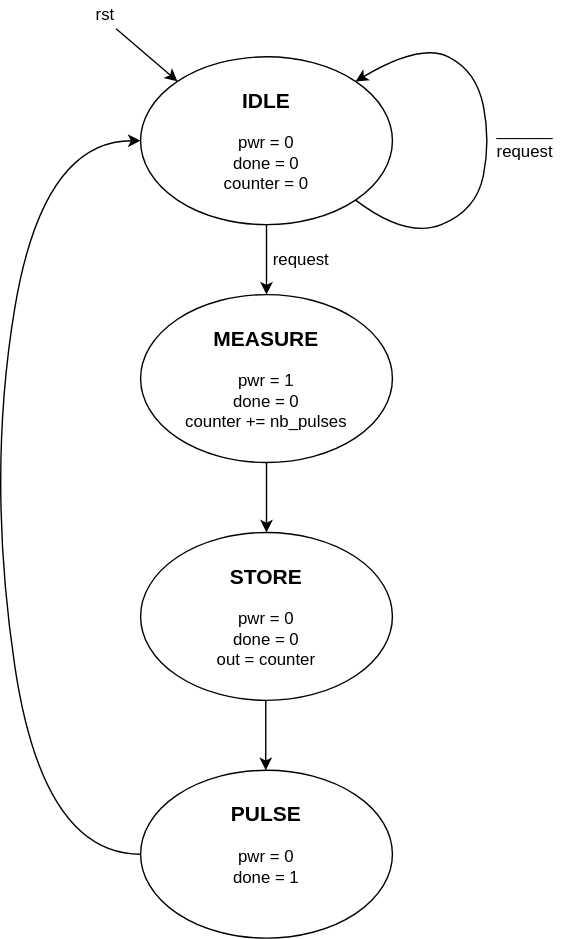
The draw.io diagram rtl/AIC_FSM.svg in analogicus/lelo_gr01_sky130a, before a commit. Source tidied: cells renumbered, new cells last; positions are measured from the earlier drawing's top-left corner, leaving out a move shared by most shapes.
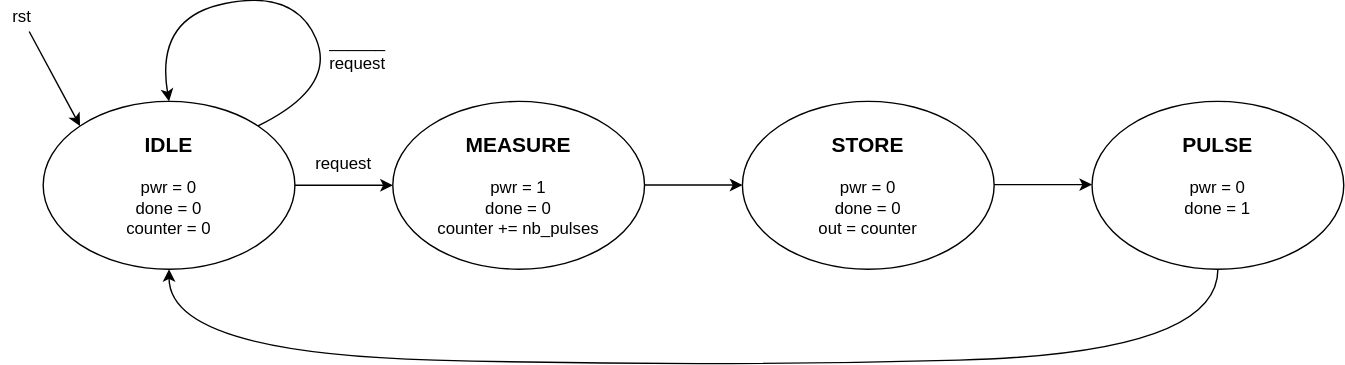
Later version of the same file.

The edit, as a diff of the source:
```diff
@@ -3,67 +3,68 @@
     <mxCell id="0" />
     <mxCell id="1" parent="0" />
     <mxCell id="2" value="&lt;div&gt;&lt;b&gt;&lt;font style=&quot;font-size: 15px;&quot;&gt;IDLE&lt;/font&gt;&lt;/b&gt;&lt;/div&gt;&lt;div&gt;&lt;br&gt;&lt;/div&gt;&lt;div&gt;pwr = 0&lt;/div&gt;&lt;div&gt;done = 0&lt;/div&gt;&lt;div&gt;counter = 0&lt;/div&gt;" style="ellipse;whiteSpace=wrap;html=1;" parent="1" vertex="1">
-      <mxGeometry x="110" y="40" width="180" height="120" as="geometry" />
+      <mxGeometry x="-150" y="80" width="180" height="120" as="geometry" />
     </mxCell>
     <mxCell id="3" value="&lt;div&gt;&lt;b&gt;&lt;font style=&quot;font-size: 15px;&quot;&gt;MEASURE&lt;/font&gt;&lt;/b&gt;&lt;/div&gt;&lt;div&gt;&lt;br&gt;&lt;/div&gt;&lt;div&gt;pwr = 1&lt;/div&gt;&lt;div&gt;done = 0&lt;/div&gt;&lt;div&gt;counter += nb_pulses&lt;/div&gt;" style="ellipse;whiteSpace=wrap;html=1;" parent="1" vertex="1">
-      <mxGeometry x="110" y="210" width="180" height="120" as="geometry" />
+      <mxGeometry x="100" y="80" width="180" height="120" as="geometry" />
     </mxCell>
     <mxCell id="4" value="&lt;div&gt;&lt;b&gt;&lt;font style=&quot;font-size: 15px;&quot;&gt;STORE&lt;/font&gt;&lt;/b&gt;&lt;/div&gt;&lt;div&gt;&lt;br&gt;&lt;/div&gt;&lt;div&gt;pwr = 0&lt;/div&gt;&lt;div&gt;done = 0&lt;/div&gt;&lt;div&gt;out = counter&lt;/div&gt;" style="ellipse;whiteSpace=wrap;html=1;" parent="1" vertex="1">
-      <mxGeometry x="110" y="380" width="180" height="120" as="geometry" />
+      <mxGeometry x="350" y="80" width="180" height="120" as="geometry" />
     </mxCell>
-    <mxCell id="5" style="endArrow=classic;html=1;rounded=0;entryX=0;entryY=0;entryDx=0;entryDy=0;exitX=0.75;exitY=1;exitDx=0;exitDy=0;" parent="1" edge="1" source="6" target="2">
-      <mxGeometry relative="1" as="geometry" />
+    <mxCell id="5" style="endArrow=classic;html=1;rounded=0;entryX=0;entryY=0;entryDx=0;entryDy=0;" parent="1" edge="1" target="2">
+      <mxGeometry relative="1" as="geometry">
+        <mxPoint x="-160" y="30" as="sourcePoint" />
+      </mxGeometry>
     </mxCell>
     <mxCell id="6" value="rst" style="text;html=1;whiteSpace=wrap;strokeColor=none;fillColor=none;align=center;verticalAlign=middle;rounded=0;" parent="1" vertex="1">
-      <mxGeometry x="70" width="30" height="20" as="geometry" />
+      <mxGeometry x="-180" y="10" width="30" height="20" as="geometry" />
     </mxCell>
-    <mxCell id="7" style="endArrow=classic;html=1;rounded=0;exitX=0.5;exitY=1;exitDx=0;exitDy=0;entryX=0.5;entryY=0;entryDx=0;entryDy=0;" parent="1" edge="1" source="3" target="4">
-      <mxGeometry relative="1" as="geometry" />
-    </mxCell>
     <mxCell id="8" style="group;" parent="1" vertex="1">
-      <mxGeometry x="200" y="170" width="50" height="30" as="geometry" />
+      <mxGeometry x="40" y="110" width="50" height="30" as="geometry" />
     </mxCell>
-    <mxCell id="9" style="endArrow=classic;html=1;rounded=0;entryX=0.5;entryY=0;entryDx=0;entryDy=0;exitX=0.5;exitY=1;exitDx=0;exitDy=0;" parent="8" edge="1" source="2" target="3">
-      <mxGeometry relative="1" as="geometry">
-        <Array as="points">
-          <mxPoint y="10" />
-        </Array>
-      </mxGeometry>
-    </mxCell>
     <mxCell id="10" value="request" style="text;html=1;whiteSpace=wrap;strokeColor=none;fillColor=none;align=center;verticalAlign=middle;rounded=0;" parent="8" vertex="1">
       <mxGeometry width="50" height="30" as="geometry" />
     </mxCell>
+    <mxCell id="13" value="&lt;div&gt;______&lt;/div&gt;&lt;div&gt;request&lt;/div&gt;" style="text;html=1;whiteSpace=wrap;strokeColor=none;fillColor=none;align=center;verticalAlign=middle;rounded=0;" parent="1" vertex="1">
+      <mxGeometry x="50" y="10" width="50" height="70" as="geometry" />
+    </mxCell>
+    <mxCell id="14" value="&lt;div&gt;&lt;b&gt;&lt;font style=&quot;font-size: 15px;&quot;&gt;PULSE&lt;/font&gt;&lt;/b&gt;&lt;/div&gt;&lt;div&gt;&lt;br&gt;&lt;/div&gt;&lt;div&gt;pwr = 0&lt;/div&gt;&lt;div&gt;done = 1&lt;/div&gt;&lt;div&gt;&lt;br&gt;&lt;/div&gt;" style="ellipse;whiteSpace=wrap;html=1;" parent="1" vertex="1">
+      <mxGeometry x="600" y="80" width="180" height="120" as="geometry" />
+    </mxCell>
+    <mxCell id="16" style="endArrow=classic;html=1;rounded=0;entryX=0;entryY=0.5;entryDx=0;entryDy=0;" parent="1" edge="1" target="3">
+      <mxGeometry relative="1" as="geometry">
+        <mxPoint x="30" y="140" as="sourcePoint" />
+      </mxGeometry>
+    </mxCell>
+    <mxCell id="17" style="endArrow=classic;html=1;rounded=0;entryX=0;entryY=0.5;entryDx=0;entryDy=0;" parent="1" edge="1">
+      <mxGeometry relative="1" as="geometry">
+        <mxPoint x="280" y="139.8" as="sourcePoint" />
+        <mxPoint x="350" y="139.8" as="targetPoint" />
+      </mxGeometry>
+    </mxCell>
+    <mxCell id="18" style="endArrow=classic;html=1;rounded=0;entryX=0;entryY=0.5;entryDx=0;entryDy=0;" parent="1" edge="1">
+      <mxGeometry relative="1" as="geometry">
+        <mxPoint x="530" y="139.5" as="sourcePoint" />
+        <mxPoint x="600" y="139.5" as="targetPoint" />
+      </mxGeometry>
+    </mxCell>
-    <mxCell id="11" style="curved=1;endArrow=classic;html=1;rounded=0;entryX=0;entryY=0.5;entryDx=0;entryDy=0;exitX=0;exitY=0.5;exitDx=0;exitDy=0;" parent="1" edge="1" source="14" target="2">
+    <mxCell id="11" style="curved=1;endArrow=classic;html=1;rounded=0;exitX=0.5;exitY=1;exitDx=0;exitDy=0;entryX=0.5;entryY=1;entryDx=0;entryDy=0;" parent="1" edge="1" source="14" target="2">
       <mxGeometry relative="1" as="geometry">
         <Array as="points">
-          <mxPoint x="40" y="610" />
-          <mxPoint y="340" />
-          <mxPoint x="40" y="100" />
+          <mxPoint x="690" y="260" />
+          <mxPoint x="320" y="270" />
+          <mxPoint x="-60" y="260" />
         </Array>
       </mxGeometry>
     </mxCell>
-    <mxCell id="12" style="curved=1;endArrow=classic;html=1;rounded=0;exitX=1;exitY=1;exitDx=0;exitDy=0;entryX=1;entryY=0;entryDx=0;entryDy=0;" parent="1" edge="1" source="2" target="2">
+    <mxCell id="12" style="curved=1;endArrow=classic;html=1;rounded=0;exitX=1;exitY=0;exitDx=0;exitDy=0;entryX=0.5;entryY=0;entryDx=0;entryDy=0;" parent="1" edge="1" source="2" target="2">
       <mxGeometry relative="1" as="geometry">
         <Array as="points">
-          <mxPoint x="300" y="170" />
-          <mxPoint x="350" y="150" />
-          <mxPoint x="360" y="100" />
-          <mxPoint x="350" y="50" />
-          <mxPoint x="310" y="30" />
+          <mxPoint x="60" y="70" />
+          <mxPoint x="30" />
+          <mxPoint x="-70" y="20" />
         </Array>
       </mxGeometry>
     </mxCell>
-    <mxCell id="13" value="&lt;div&gt;______&lt;/div&gt;&lt;div&gt;request&lt;/div&gt;" style="text;html=1;whiteSpace=wrap;strokeColor=none;fillColor=none;align=center;verticalAlign=middle;rounded=0;" parent="1" vertex="1">
-      <mxGeometry x="360" y="85" width="50" height="30" as="geometry" />
-    </mxCell>
-    <mxCell id="14" value="&lt;div&gt;&lt;b&gt;&lt;font style=&quot;font-size: 15px;&quot;&gt;PULSE&lt;/font&gt;&lt;/b&gt;&lt;/div&gt;&lt;div&gt;&lt;br&gt;&lt;/div&gt;&lt;div&gt;pwr = 0&lt;/div&gt;&lt;div&gt;done = 1&lt;/div&gt;&lt;div&gt;&lt;br&gt;&lt;/div&gt;" style="ellipse;whiteSpace=wrap;html=1;" parent="1" vertex="1">
-      <mxGeometry x="110" y="550" width="180" height="120" as="geometry" />
-    </mxCell>
-    <mxCell id="15" style="endArrow=classic;html=1;rounded=0;exitX=0.5;exitY=1;exitDx=0;exitDy=0;entryX=0.5;entryY=0;entryDx=0;entryDy=0;" parent="1" edge="1">
-      <mxGeometry relative="1" as="geometry">
-        <mxPoint x="199.5" y="500" as="sourcePoint" />
-        <mxPoint x="199.5" y="550" as="targetPoint" />
-      </mxGeometry>
-    </mxCell>
   </root>
 </mxGraphModel>
```
